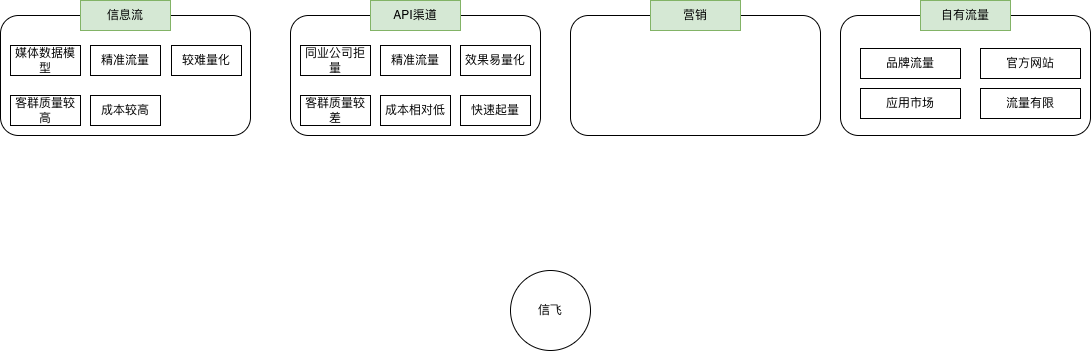
Above: 流量来源.png in yuanlj-tea/picgo (draw.io), before the change. Source tidied: cells renumbered, new cells last; positions are measured from the earlier drawing's top-left corner, leaving out a move shared by most shapes. Its diagram source:
```xml
<mxGraphModel>
  <root>
    <mxCell id="0" />
    <mxCell id="1" parent="0" />
    <mxCell id="2" value="信飞" style="ellipse;whiteSpace=wrap;html=1;" parent="1" vertex="1">
      <mxGeometry x="510" y="270" width="80" height="80" as="geometry" />
    </mxCell>
    <mxCell id="3" style="rounded=1;whiteSpace=wrap;html=1;" parent="1" vertex="1">
      <mxGeometry y="15" width="250" height="120" as="geometry" />
    </mxCell>
    <mxCell id="4" value="信息流" style="rounded=0;whiteSpace=wrap;html=1;fillColor=#d5e8d4;strokeColor=#82b366;" parent="1" vertex="1">
      <mxGeometry x="80" width="90" height="30" as="geometry" />
    </mxCell>
    <mxCell id="5" style="rounded=1;whiteSpace=wrap;html=1;" parent="1" vertex="1">
      <mxGeometry x="290" y="15" width="250" height="120" as="geometry" />
    </mxCell>
    <mxCell id="6" value="API渠道" style="rounded=0;whiteSpace=wrap;html=1;fillColor=#d5e8d4;strokeColor=#82b366;" parent="1" vertex="1">
      <mxGeometry x="370" width="90" height="30" as="geometry" />
    </mxCell>
    <mxCell id="7" style="rounded=1;whiteSpace=wrap;html=1;" parent="1" vertex="1">
      <mxGeometry x="570" y="15" width="250" height="120" as="geometry" />
    </mxCell>
    <mxCell id="8" value="营销" style="rounded=0;whiteSpace=wrap;html=1;fillColor=#d5e8d4;strokeColor=#82b366;" parent="1" vertex="1">
      <mxGeometry x="650" width="90" height="30" as="geometry" />
    </mxCell>
    <mxCell id="9" value="成本较高" style="rounded=0;whiteSpace=wrap;html=1;" parent="1" vertex="1">
      <mxGeometry x="90" y="95" width="70" height="30" as="geometry" />
    </mxCell>
    <mxCell id="10" value="媒体数据模型" style="rounded=0;whiteSpace=wrap;html=1;" parent="1" vertex="1">
      <mxGeometry x="10" y="45" width="70" height="30" as="geometry" />
    </mxCell>
    <mxCell id="11" value="精准流量" style="rounded=0;whiteSpace=wrap;html=1;" parent="1" vertex="1">
      <mxGeometry x="90" y="45" width="70" height="30" as="geometry" />
    </mxCell>
    <mxCell id="12" value="客群质量较高" style="rounded=0;whiteSpace=wrap;html=1;" parent="1" vertex="1">
      <mxGeometry x="10" y="95" width="70" height="30" as="geometry" />
    </mxCell>
    <mxCell id="13" style="rounded=1;whiteSpace=wrap;html=1;" parent="1" vertex="1">
      <mxGeometry x="840" y="15" width="250" height="120" as="geometry" />
    </mxCell>
    <mxCell id="14" value="自有流量" style="rounded=0;whiteSpace=wrap;html=1;fillColor=#d5e8d4;strokeColor=#82b366;" parent="1" vertex="1">
      <mxGeometry x="920" width="90" height="30" as="geometry" />
    </mxCell>
    <mxCell id="15" value="品牌流量" style="rounded=0;whiteSpace=wrap;html=1;" parent="1" vertex="1">
      <mxGeometry x="860" y="48" width="100" height="30" as="geometry" />
    </mxCell>
    <mxCell id="16" value="官方网站" style="rounded=0;whiteSpace=wrap;html=1;" parent="1" vertex="1">
      <mxGeometry x="980" y="48" width="100" height="30" as="geometry" />
    </mxCell>
    <mxCell id="17" value="应用市场" style="rounded=0;whiteSpace=wrap;html=1;" parent="1" vertex="1">
      <mxGeometry x="860" y="88" width="100" height="30" as="geometry" />
    </mxCell>
    <mxCell id="18" value="流量有限" style="rounded=0;whiteSpace=wrap;html=1;" parent="1" vertex="1">
      <mxGeometry x="980" y="88" width="100" height="30" as="geometry" />
    </mxCell>
    <mxCell id="19" value="较难量化" style="rounded=0;whiteSpace=wrap;html=1;" parent="1" vertex="1">
      <mxGeometry x="171" y="45" width="70" height="30" as="geometry" />
    </mxCell>
    <mxCell id="20" value="同业公司拒量" style="rounded=0;whiteSpace=wrap;html=1;" parent="1" vertex="1">
      <mxGeometry x="300" y="45" width="70" height="30" as="geometry" />
    </mxCell>
    <mxCell id="21" value="精准流量" style="rounded=0;whiteSpace=wrap;html=1;" parent="1" vertex="1">
      <mxGeometry x="380" y="45" width="70" height="30" as="geometry" />
    </mxCell>
    <mxCell id="22" value="客群质量较差" style="rounded=0;whiteSpace=wrap;html=1;" parent="1" vertex="1">
      <mxGeometry x="300" y="95" width="70" height="30" as="geometry" />
    </mxCell>
    <mxCell id="23" value="成本相对低" style="rounded=0;whiteSpace=wrap;html=1;" parent="1" vertex="1">
      <mxGeometry x="380" y="95" width="70" height="30" as="geometry" />
    </mxCell>
    <mxCell id="24" value="效果易量化" style="rounded=0;whiteSpace=wrap;html=1;" parent="1" vertex="1">
      <mxGeometry x="460" y="45" width="70" height="30" as="geometry" />
    </mxCell>
    <mxCell id="25" value="快速起量" style="rounded=0;whiteSpace=wrap;html=1;" parent="1" vertex="1">
      <mxGeometry x="460" y="95" width="70" height="30" as="geometry" />
    </mxCell>
  </root>
</mxGraphModel>
```
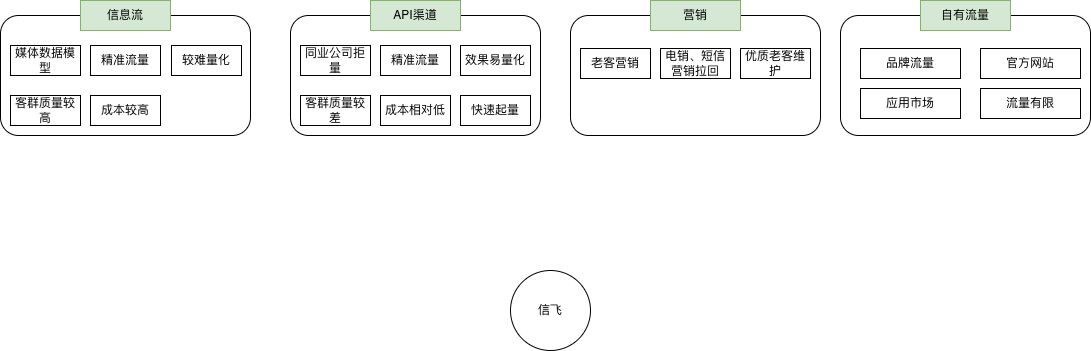
The same file after the commit.

Commit message:
更新流量来源.png

Diff of the diagram source:
```diff
@@ -74,5 +74,14 @@
     <mxCell id="25" value="快速起量" style="rounded=0;whiteSpace=wrap;html=1;" parent="1" vertex="1">
       <mxGeometry x="460" y="95" width="70" height="30" as="geometry" />
     </mxCell>
+    <mxCell id="26" value="老客营销" style="rounded=0;whiteSpace=wrap;html=1;" parent="1" vertex="1">
+      <mxGeometry x="580" y="48" width="70" height="30" as="geometry" />
+    </mxCell>
+    <mxCell id="27" value="电销、短信营销拉回" style="rounded=0;whiteSpace=wrap;html=1;" parent="1" vertex="1">
+      <mxGeometry x="660" y="48" width="70" height="30" as="geometry" />
+    </mxCell>
+    <mxCell id="28" value="优质老客维护" style="rounded=0;whiteSpace=wrap;html=1;" parent="1" vertex="1">
+      <mxGeometry x="740" y="48" width="70" height="30" as="geometry" />
+    </mxCell>
   </root>
 </mxGraphModel>
```
